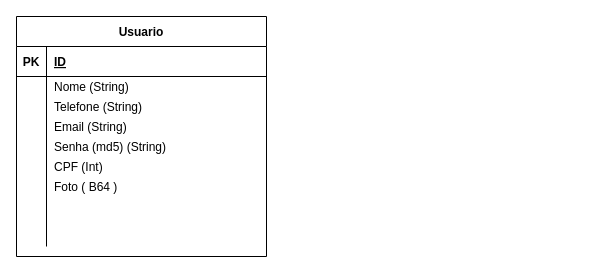
daniloafalcirolli/Master keeps this draw.io diagram as Requisitos/DER.drawio. Above is the earlier version. Source tidied: cells renumbered, new cells numbered last; positions are measured from the earlier drawing's top-left corner, leaving out a move shared by most shapes. Both pictures are drawn from the tidied source at 100%, with x=0, y=0 at pixel (16, 16).
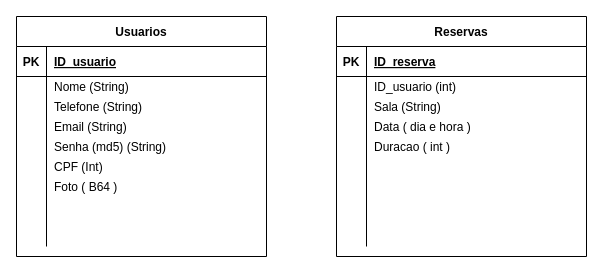
The same page after the edit.

Unchanged cells that the change refers to:
```xml
<mxCell id="3" style="shape=partialRectangle;fillColor=none;top=0;left=0;right=0;bottom=1;" parent="2" vertex="1">
  <mxGeometry y="30" width="250" height="30" as="geometry" />
</mxCell>
```

The edit, as a diff of the source:
```diff
@@
-    <mxCell id="2" value="Usuario" style="shape=table;startSize=30;childLayout=tableLayout;rowLines=0;fontStyle=1;align=center;" parent="1" vertex="1">
+    <mxCell id="2" value="Usuarios" style="shape=table;startSize=30;childLayout=tableLayout;rowLines=0;fontStyle=1;align=center;" parent="1" vertex="1">
       <mxGeometry width="250" height="240" as="geometry" />
     </mxCell>
@@
-    <mxCell id="5" value="ID" style="shape=partialRectangle;overflow=hidden;fillColor=none;top=0;left=0;bottom=0;right=0;align=left;spacingLeft=6;fontStyle=5;" parent="3" vertex="1">
+    <mxCell id="5" value="ID_usuario" style="shape=partialRectangle;overflow=hidden;fillColor=none;top=0;left=0;bottom=0;right=0;align=left;spacingLeft=6;fontStyle=5;" parent="3" vertex="1">
       <mxGeometry x="30" width="220" height="30" as="geometry" />
     </mxCell>
@@
+    <mxCell id="15" value="Reservas" style="shape=table;startSize=30;childLayout=tableLayout;rowLines=0;fontStyle=1;align=center;" parent="1" vertex="1">
+      <mxGeometry x="320" width="250" height="240" as="geometry" />
+    </mxCell>
+    <mxCell id="16" style="shape=partialRectangle;fillColor=none;top=0;left=0;right=0;bottom=1;" parent="15" vertex="1">
+      <mxGeometry y="30" width="250" height="30" as="geometry" />
+    </mxCell>
+    <mxCell id="17" value="PK" style="shape=partialRectangle;overflow=hidden;fillColor=none;top=0;left=0;bottom=0;right=0;fontStyle=1;" parent="16" vertex="1">
+      <mxGeometry width="30" height="30" as="geometry" />
+    </mxCell>
+    <mxCell id="18" value="ID_reserva" style="shape=partialRectangle;overflow=hidden;fillColor=none;top=0;left=0;bottom=0;right=0;align=left;spacingLeft=6;fontStyle=5;" parent="16" vertex="1">
+      <mxGeometry x="30" width="220" height="30" as="geometry" />
+    </mxCell>
+    <mxCell id="19" style="shape=partialRectangle;fillColor=none;top=0;left=0;right=0;bottom=0;" parent="15" vertex="1">
+      <mxGeometry y="60" width="250" height="20" as="geometry" />
+    </mxCell>
+    <mxCell id="20" style="shape=partialRectangle;overflow=hidden;fillColor=none;top=0;left=0;bottom=0;right=0;" parent="19" vertex="1">
+      <mxGeometry width="30" height="20" as="geometry" />
+    </mxCell>
+    <mxCell id="21" value="ID_usuario (int)" style="shape=partialRectangle;overflow=hidden;fillColor=none;top=0;left=0;bottom=0;right=0;align=left;spacingLeft=6;" parent="19" vertex="1">
+      <mxGeometry x="30" width="220" height="20" as="geometry" />
+    </mxCell>
+    <mxCell id="22" style="endArrow=none;html=1;rounded=0;" parent="1" edge="1">
+      <mxGeometry relative="1" as="geometry">
+        <mxPoint x="350" y="230" as="sourcePoint" />
+        <mxPoint x="350" y="70" as="targetPoint" />
+      </mxGeometry>
+    </mxCell>
+    <mxCell id="23" value="Sala (String)" style="shape=partialRectangle;overflow=hidden;fillColor=none;top=0;left=0;bottom=0;right=0;align=left;spacingLeft=6;" parent="1" vertex="1">
+      <mxGeometry x="350" y="80" width="220" height="20" as="geometry" />
+    </mxCell>
+    <mxCell id="24" value="Data ( dia e hora )" style="shape=partialRectangle;overflow=hidden;fillColor=none;top=0;left=0;bottom=0;right=0;align=left;spacingLeft=6;" parent="1" vertex="1">
+      <mxGeometry x="350" y="100" width="220" height="20" as="geometry" />
+    </mxCell>
+    <mxCell id="25" value="Duracao ( int )" style="shape=partialRectangle;overflow=hidden;fillColor=none;top=0;left=0;bottom=0;right=0;align=left;spacingLeft=6;" parent="1" vertex="1">
+      <mxGeometry x="350" y="120" width="220" height="20" as="geometry" />
+    </mxCell>
+    <mxCell id="26" style="shape=partialRectangle;overflow=hidden;fillColor=none;top=0;left=0;bottom=0;right=0;align=left;spacingLeft=6;" parent="1" vertex="1">
+      <mxGeometry x="350" y="160" width="220" height="20" as="geometry" />
+    </mxCell>
```
